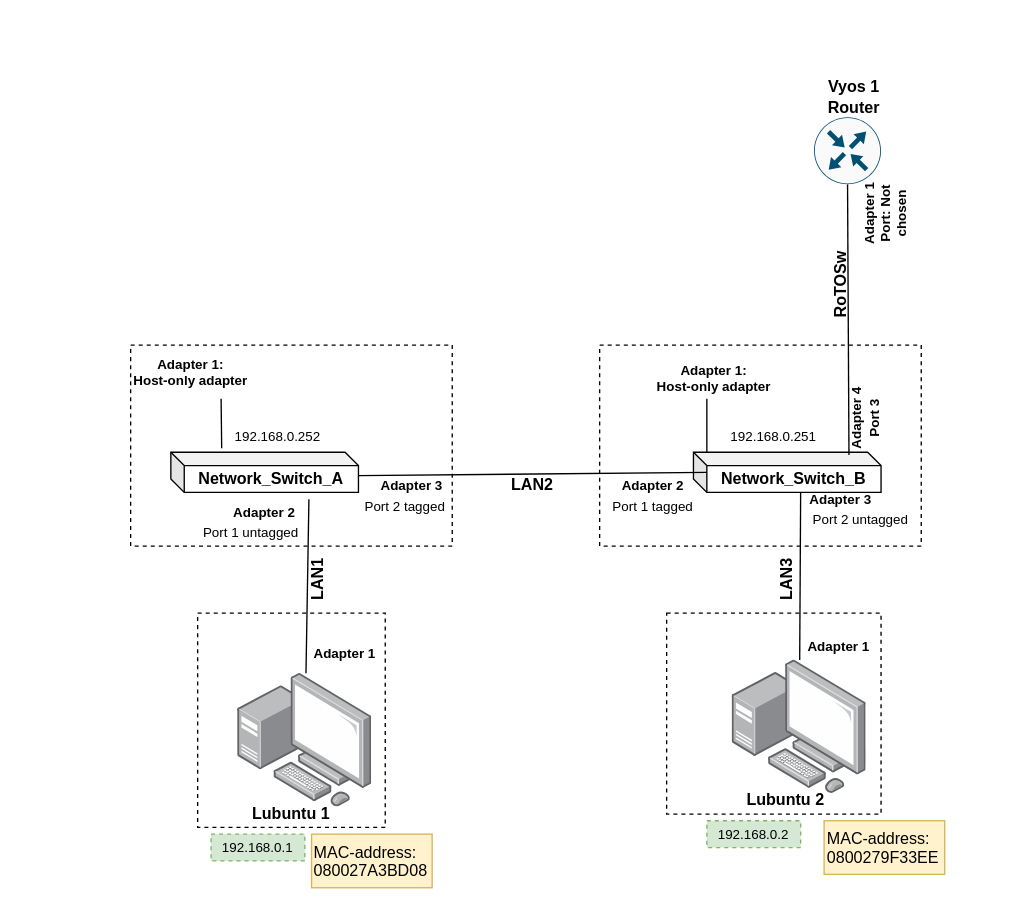
Kjersheim/DataNetworksIntro2023 keeps this draw.io diagram as page "Logical Topology" (2 of 3) of documentation/E04/E04NetworkChart_04.drawio. Above is the earlier version. Source tidied: cells renumbered, new cells numbered last; positions are measured from the earlier drawing's top-left corner, leaving out a move shared by most shapes. Both pictures are drawn from the tidied source at 134%, with x=0, y=0 at pixel (130, 76).
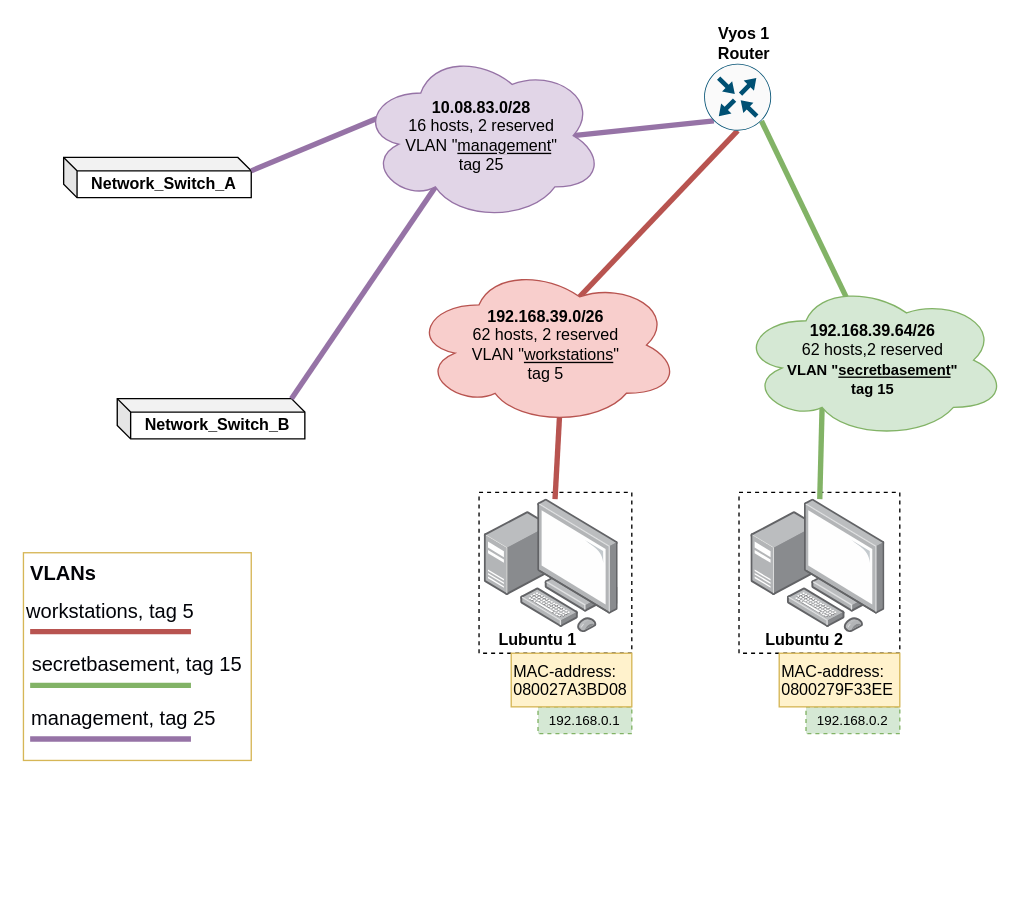
The same page after the edit.

The edit, as a diff of the source:
```diff
@@
+    <mxCell id="45" style="rounded=0;whiteSpace=wrap;html=1;labelBorderColor=none;fillStyle=auto;strokeColor=#d6b656;fontSize=15;fillColor=none;" parent="1" vertex="1">
+      <mxGeometry x="-80" y="355" width="170" height="155" as="geometry" />
+    </mxCell>
     <mxCell id="2" style="rounded=0;whiteSpace=wrap;html=1;textOpacity=0;fillColor=none;dashed=1;" parent="1" vertex="1">
-      <mxGeometry x="400" y="400" width="160" height="150" as="geometry" />
+      <mxGeometry x="454" y="310" width="120" height="120" as="geometry" />
     </mxCell>
     <mxCell id="3" style="rounded=0;whiteSpace=wrap;html=1;textOpacity=0;fillColor=none;dashed=1;" parent="1" vertex="1">
-      <mxGeometry x="50" y="400" width="140" height="160" as="geometry" />
+      <mxGeometry x="260" y="310" width="114" height="120" as="geometry" />
     </mxCell>
-    <mxCell id="4" style="rounded=0;whiteSpace=wrap;html=1;textOpacity=0;fillColor=none;dashed=1;" parent="1" vertex="1">
-      <mxGeometry x="350" y="200" width="240" height="150" as="geometry" />
-    </mxCell>
-    <mxCell id="5" style="rounded=0;whiteSpace=wrap;html=1;textOpacity=0;fillColor=none;dashed=1;" parent="1" vertex="1">
-      <mxGeometry y="200" width="240" height="150" as="geometry" />
-    </mxCell>
     <mxCell id="6" style="points=[];html=1;align=center;shadow=0;dashed=0;image;image=img/lib/allied_telesis/computer_and_terminals/Personal_Computer_with_Server.svg;" parent="1" vertex="1">
-      <mxGeometry x="80" y="445" width="100" height="100" as="geometry" />
+      <mxGeometry x="264" y="315" width="100" height="100" as="geometry" />
     </mxCell>
     <mxCell id="7" value="Lubuntu 1" style="text;strokeColor=none;align=center;fillColor=none;html=1;verticalAlign=middle;whiteSpace=wrap;rounded=0;fontStyle=1;" parent="1" vertex="1">
-      <mxGeometry x="90" y="535" width="60" height="30" as="geometry" />
+      <mxGeometry x="274" y="405" width="60" height="30" as="geometry" />
     </mxCell>
     <mxCell id="8" style="points=[];html=1;align=center;shadow=0;dashed=0;image;image=img/lib/allied_telesis/computer_and_terminals/Personal_Computer_with_Server.svg;" parent="1" vertex="1">
-      <mxGeometry x="449" y="435" width="100" height="100" as="geometry" />
+      <mxGeometry x="463" y="315" width="100" height="100" as="geometry" />
     </mxCell>
     <mxCell id="9" value="Lubuntu 2" style="text;strokeColor=none;align=center;fillColor=none;html=1;verticalAlign=middle;whiteSpace=wrap;rounded=0;fontStyle=1;" parent="1" vertex="1">
-      <mxGeometry x="459" y="525" width="60" height="30" as="geometry" />
+      <mxGeometry x="473" y="405" width="60" height="30" as="geometry" />
     </mxCell>
     <mxCell id="10" value="Network_Switch_A" style="shape=cube;whiteSpace=wrap;html=1;boundedLbl=1;backgroundOutline=1;darkOpacity=0.05;darkOpacity2=0.1;direction=east;size=10;fontStyle=1;" parent="1" vertex="1">
-      <mxGeometry x="30" y="280" width="140" height="30" as="geometry" />
+      <mxGeometry x="-50" y="60" width="140" height="30" as="geometry" />
     </mxCell>
     <mxCell id="11" value="Network_Switch_B" style="shape=cube;whiteSpace=wrap;html=1;boundedLbl=1;backgroundOutline=1;darkOpacity=0.05;darkOpacity2=0.1;direction=east;size=10;fontStyle=1;" parent="1" vertex="1">
-      <mxGeometry x="420" y="280" width="140" height="30" as="geometry" />
+      <mxGeometry x="-10" y="240" width="140" height="30" as="geometry" />
     </mxCell>
-    <mxCell id="12" style="endArrow=none;html=1;rounded=0;entryX=0.736;entryY=1.167;entryDx=0;entryDy=0;entryPerimeter=0;" parent="1" edge="1" source="6" target="10">
-      <mxGeometry x="-0.71" y="-66" relative="1" as="geometry" />
-    </mxCell>
-    <mxCell id="13" style="endArrow=none;html=1;rounded=0;" parent="1" edge="1" source="8">
-      <mxGeometry relative="1" as="geometry">
-        <mxPoint x="500" y="310" as="targetPoint" />
-      </mxGeometry>
-    </mxCell>
-    <mxCell id="14" style="endArrow=none;html=1;rounded=0;startArrow=none;exitX=0;exitY=0.25;exitDx=0;exitDy=0;" parent="1" edge="1" source="24">
-      <mxGeometry relative="1" as="geometry">
-        <mxPoint x="430" y="295" as="targetPoint" />
-      </mxGeometry>
-    </mxCell>
-    <mxCell id="15" value="&lt;font style=&quot;font-size: 10px;&quot;&gt;Adapter 2&lt;/font&gt;" style="text;strokeColor=none;align=center;fillColor=none;html=1;verticalAlign=middle;whiteSpace=wrap;rounded=0;rotation=0;fontStyle=1;" parent="1" vertex="1">
-      <mxGeometry x="60" y="310" width="80" height="30" as="geometry" />
-    </mxCell>
-    <mxCell id="16" value="Adapter 2" style="text;strokeColor=none;align=center;fillColor=none;html=1;verticalAlign=middle;whiteSpace=wrap;rounded=0;rotation=0;fontStyle=1;fontSize=10;" parent="1" vertex="1">
-      <mxGeometry x="350" y="290" width="80" height="30" as="geometry" />
-    </mxCell>
-    <mxCell id="17" value="Adapter 3" style="text;strokeColor=none;align=center;fillColor=none;html=1;verticalAlign=middle;whiteSpace=wrap;rounded=0;rotation=0;fontStyle=1;fontSize=10;" parent="1" vertex="1">
-      <mxGeometry x="489.5" y="300" width="80" height="30" as="geometry" />
-    </mxCell>
-    <mxCell id="18" value="Adapter 1" style="text;strokeColor=none;align=center;fillColor=none;html=1;verticalAlign=middle;whiteSpace=wrap;rounded=0;rotation=0;fontStyle=1;fontSize=10;" parent="1" vertex="1">
-      <mxGeometry x="120" y="415" width="80" height="30" as="geometry" />
-    </mxCell>
-    <mxCell id="19" value="&lt;font style=&quot;font-size: 10px;&quot;&gt;Adapter 1&amp;nbsp;&lt;/font&gt;" style="text;strokeColor=none;align=center;fillColor=none;html=1;verticalAlign=middle;whiteSpace=wrap;rounded=0;rotation=0;fontStyle=1;" parent="1" vertex="1">
-      <mxGeometry x="489.5" y="410" width="80" height="30" as="geometry" />
-    </mxCell>
-    <mxCell id="20" style="endArrow=none;html=1;rounded=0;entryX=0.271;entryY=-0.1;entryDx=0;entryDy=0;entryPerimeter=0;exitX=0.75;exitY=1;exitDx=0;exitDy=0;" parent="1" edge="1" source="21" target="10">
-      <mxGeometry relative="1" as="geometry" />
-    </mxCell>
-    <mxCell id="21" value="&lt;font style=&quot;font-size: 10px;&quot;&gt;Adapter 1:&lt;br style=&quot;font-size: 10px;&quot;&gt;Host-only adapter&lt;/font&gt;" style="text;strokeColor=none;align=center;fillColor=none;html=1;verticalAlign=middle;whiteSpace=wrap;rounded=0;dashed=1;fontStyle=1;fontSize=10;" parent="1" vertex="1">
-      <mxGeometry y="200" width="90" height="40" as="geometry" />
-    </mxCell>
-    <mxCell id="22" style="endArrow=none;html=1;rounded=0;" parent="1" edge="1">
-      <mxGeometry relative="1" as="geometry">
-        <mxPoint x="430" y="280" as="sourcePoint" />
-        <mxPoint x="430" y="240" as="targetPoint" />
-      </mxGeometry>
-    </mxCell>
-    <mxCell id="23" value="&lt;font style=&quot;font-size: 10px;&quot;&gt;Adapter 1:&lt;br style=&quot;font-size: 10px;&quot;&gt;Host-only adapter&lt;/font&gt;" style="text;strokeColor=none;align=center;fillColor=none;html=1;verticalAlign=middle;whiteSpace=wrap;rounded=0;dashed=1;fontSize=10;fontStyle=1;" parent="1" vertex="1">
-      <mxGeometry x="384.8" y="210" width="100.5" height="30" as="geometry" />
-    </mxCell>
-    <mxCell id="24" value="Adapter 3" style="text;strokeColor=none;align=center;fillColor=none;html=1;verticalAlign=middle;whiteSpace=wrap;rounded=0;rotation=0;fontStyle=1;fontSize=10;" parent="1" vertex="1">
-      <mxGeometry x="170" y="290" width="80" height="30" as="geometry" />
-    </mxCell>
-    <mxCell id="25" style="endArrow=none;html=1;rounded=0;" parent="1" edge="1" source="10" target="24">
-      <mxGeometry relative="1" as="geometry" />
+    <mxCell id="25" style="endArrow=none;html=1;rounded=0;" parent="1" edge="1" source="10">
+      <mxGeometry relative="1" as="geometry">
+        <mxPoint x="90" y="81.4" as="targetPoint" />
+      </mxGeometry>
     </mxCell>
-    <mxCell id="26" value="&lt;b&gt;&lt;font style=&quot;font-size: 12px;&quot;&gt;LAN2&lt;/font&gt;&lt;/b&gt;" style="text;strokeColor=none;align=center;fillColor=none;html=1;verticalAlign=middle;whiteSpace=wrap;rounded=0;dashed=1;fontSize=10;" parent="1" vertex="1">
-      <mxGeometry x="270" y="290" width="60" height="30" as="geometry" />
-    </mxCell>
-    <mxCell id="27" value="&lt;b&gt;&lt;font style=&quot;font-size: 12px;&quot;&gt;LAN1&lt;/font&gt;&lt;/b&gt;" style="text;strokeColor=none;align=center;fillColor=none;html=1;verticalAlign=middle;whiteSpace=wrap;rounded=0;dashed=1;fontSize=10;rotation=-90;" parent="1" vertex="1">
-      <mxGeometry x="110" y="360" width="60" height="30" as="geometry" />
-    </mxCell>
-    <mxCell id="28" value="&lt;b&gt;&lt;font style=&quot;font-size: 12px;&quot;&gt;LAN3&lt;/font&gt;&lt;/b&gt;" style="text;strokeColor=none;align=center;fillColor=none;html=1;verticalAlign=middle;whiteSpace=wrap;rounded=0;dashed=1;fontSize=10;rotation=-90;" parent="1" vertex="1">
-      <mxGeometry x="460" y="360" width="60" height="30" as="geometry" />
-    </mxCell>
     <mxCell id="29" value="192.168.0.1" style="text;strokeColor=#82b366;align=center;fillColor=#d5e8d4;html=1;verticalAlign=middle;whiteSpace=wrap;rounded=0;dashed=1;fontSize=10;" parent="1" vertex="1">
-      <mxGeometry x="60" y="565" width="70" height="20" as="geometry" />
+      <mxGeometry x="304" y="470" width="70" height="20" as="geometry" />
     </mxCell>
     <mxCell id="30" value="192.168.0.2" style="text;strokeColor=#82b366;align=center;fillColor=#d5e8d4;html=1;verticalAlign=middle;whiteSpace=wrap;rounded=0;dashed=1;fontSize=10;" parent="1" vertex="1">
-      <mxGeometry x="430" y="555" width="70" height="20" as="geometry" />
+      <mxGeometry x="504" y="470" width="70" height="20" as="geometry" />
     </mxCell>
-    <mxCell id="31" value="Port 1 tagged" style="text;strokeColor=none;align=center;fillColor=none;html=1;verticalAlign=middle;whiteSpace=wrap;rounded=0;dashed=1;fontSize=10;" parent="1" vertex="1">
-      <mxGeometry x="345" y="310" width="90" height="20" as="geometry" />
-    </mxCell>
-    <mxCell id="32" value="Port 2 untagged" style="text;strokeColor=none;align=center;fillColor=none;html=1;verticalAlign=middle;whiteSpace=wrap;rounded=0;dashed=1;fontSize=10;" parent="1" vertex="1">
-      <mxGeometry x="500" y="320" width="90" height="20" as="geometry" />
-    </mxCell>
-    <mxCell id="33" value="Port 1 untagged" style="text;strokeColor=none;align=center;fillColor=none;html=1;verticalAlign=middle;whiteSpace=wrap;rounded=0;dashed=1;fontSize=10;" parent="1" vertex="1">
-      <mxGeometry x="45" y="330" width="90" height="20" as="geometry" />
-    </mxCell>
-    <mxCell id="34" value="Port 2 tagged" style="text;strokeColor=none;align=center;fillColor=none;html=1;verticalAlign=middle;whiteSpace=wrap;rounded=0;dashed=1;fontSize=10;" parent="1" vertex="1">
-      <mxGeometry x="160" y="310" width="90" height="20" as="geometry" />
-    </mxCell>
-    <mxCell id="35" value="192.168.0.252" style="text;strokeColor=none;align=center;fillColor=none;html=1;verticalAlign=middle;whiteSpace=wrap;rounded=0;dashed=1;fontSize=10;" parent="1" vertex="1">
-      <mxGeometry x="65" y="260" width="90" height="15" as="geometry" />
-    </mxCell>
-    <mxCell id="36" value="192.168.0.251" style="text;strokeColor=none;align=center;fillColor=none;html=1;verticalAlign=middle;whiteSpace=wrap;rounded=0;dashed=1;fontSize=10;" parent="1" vertex="1">
-      <mxGeometry x="435" y="260" width="90" height="15" as="geometry" />
-    </mxCell>
-    <mxCell id="37" style="rounded=0;jettySize=auto;html=1;exitX=0.5;exitY=1;exitDx=0;exitDy=0;exitPerimeter=0;entryX=0.829;entryY=0.067;entryDx=0;entryDy=0;entryPerimeter=0;endArrow=none;endFill=0;" parent="1" edge="1" source="38" target="11">
+    <mxCell id="37" style="rounded=0;jettySize=auto;html=1;exitX=0.145;exitY=0.855;exitDx=0;exitDy=0;exitPerimeter=0;entryX=0.875;entryY=0.5;entryDx=0;entryDy=0;entryPerimeter=0;endArrow=none;endFill=0;fillColor=#e1d5e7;strokeColor=#9673a6;strokeWidth=4;" parent="1" edge="1" source="38" target="50">
       <mxGeometry relative="1" as="geometry" />
     </mxCell>
+    <mxCell id="46" style="edgeStyle=none;rounded=0;jettySize=auto;html=1;exitX=0.5;exitY=1;exitDx=0;exitDy=0;exitPerimeter=0;entryX=0.625;entryY=0.2;entryDx=0;entryDy=0;entryPerimeter=0;endArrow=none;endFill=0;fillColor=#f8cecc;strokeColor=#b85450;strokeWidth=4;" parent="1" edge="1" source="38" target="52">
+      <mxGeometry relative="1" as="geometry" />
+    </mxCell>
+    <mxCell id="47" style="edgeStyle=none;rounded=0;jettySize=auto;html=1;exitX=0.855;exitY=0.8555;exitDx=0;exitDy=0;exitPerimeter=0;entryX=0.4;entryY=0.1;entryDx=0;entryDy=0;entryPerimeter=0;endArrow=none;endFill=0;fillColor=#d5e8d4;strokeColor=#82b366;strokeWidth=4;" parent="1" edge="1" source="38" target="54">
+      <mxGeometry relative="1" as="geometry" />
+    </mxCell>
     <mxCell id="38" style="sketch=0;points=[[0.5,0,0],[1,0.5,0],[0.5,1,0],[0,0.5,0],[0.145,0.145,0],[0.8555,0.145,0],[0.855,0.8555,0],[0.145,0.855,0]];verticalLabelPosition=bottom;html=1;verticalAlign=top;align=center;shape=mxgraph.cisco19.rect;prIcon=router;fillColor=#FAFAFA;strokeColor=#005073;" parent="1" vertex="1">
-      <mxGeometry x="510" y="30" width="50" height="50" as="geometry" />
+      <mxGeometry x="428" y="-10" width="50" height="50" as="geometry" />
     </mxCell>
     <mxCell id="39" value="Vyos 1&lt;br&gt;Router" style="text;strokeColor=none;align=center;fillColor=none;html=1;verticalAlign=middle;whiteSpace=wrap;rounded=0;fontStyle=1;" parent="1" vertex="1">
-      <mxGeometry x="509.5" width="60" height="30" as="geometry" />
+      <mxGeometry x="428" y="-40" width="60" height="30" as="geometry" />
     </mxCell>
-    <mxCell id="40" value="&lt;b&gt;&lt;font style=&quot;font-size: 12px;&quot;&gt;RoTOSw&lt;/font&gt;&lt;/b&gt;" style="text;strokeColor=none;align=center;fillColor=none;html=1;verticalAlign=middle;whiteSpace=wrap;rounded=0;dashed=1;fontSize=10;rotation=-90;" parent="1" vertex="1">
-      <mxGeometry x="500" y="140" width="60" height="30" as="geometry" />
-    </mxCell>
-    <mxCell id="41" value="Adapter 1&lt;br&gt;Port: Not chosen" style="text;strokeColor=none;align=center;fillColor=none;html=1;verticalAlign=middle;whiteSpace=wrap;rounded=0;rotation=-90;fontStyle=1;fontSize=10;" parent="1" vertex="1">
-      <mxGeometry x="532.5" y="82.5" width="60" height="40" as="geometry" />
-    </mxCell>
-    <mxCell id="42" value="&lt;font style=&quot;font-size: 10px;&quot;&gt;Adapter 4&lt;br&gt;Port 3&lt;br&gt;&lt;br&gt;&lt;/font&gt;" style="text;strokeColor=none;align=center;fillColor=none;html=1;verticalAlign=middle;whiteSpace=wrap;rounded=0;rotation=-90;fontStyle=1;" parent="1" vertex="1">
-      <mxGeometry x="524" y="245" width="62.5" height="20" as="geometry" />
-    </mxCell>
     <mxCell id="43" value="MAC-address:&lt;br&gt;080027A3BD08" style="text;strokeColor=#d6b656;align=left;fillColor=#fff2cc;html=1;verticalAlign=top;rounded=0;whiteSpace=wrap;labelBorderColor=none;fillStyle=auto;" parent="1" vertex="1">
-      <mxGeometry x="135" y="565" width="90" height="40" as="geometry" />
+      <mxGeometry x="284" y="430" width="90" height="40" as="geometry" />
     </mxCell>
     <mxCell id="44" value="MAC-address:&lt;br&gt;0800279F33EE" style="text;strokeColor=#d6b656;align=left;fillColor=#fff2cc;html=1;verticalAlign=top;rounded=0;whiteSpace=wrap;labelBorderColor=none;fillStyle=auto;" parent="1" vertex="1">
-      <mxGeometry x="517.5" y="555" width="90" height="40" as="geometry" />
+      <mxGeometry x="484" y="430" width="90" height="40" as="geometry" />
     </mxCell>
+    <mxCell id="48" style="edgeStyle=none;rounded=0;jettySize=auto;html=1;exitX=0.07;exitY=0.4;exitDx=0;exitDy=0;exitPerimeter=0;entryX=0;entryY=0;entryDx=0;entryDy=0;endArrow=none;endFill=0;strokeWidth=4;fillColor=#e1d5e7;strokeColor=#9673a6;" parent="1" edge="1" source="50">
+      <mxGeometry relative="1" as="geometry">
+        <mxPoint x="90" y="70" as="targetPoint" />
+      </mxGeometry>
+    </mxCell>
+    <mxCell id="49" style="edgeStyle=none;rounded=0;jettySize=auto;html=1;exitX=0.31;exitY=0.8;exitDx=0;exitDy=0;exitPerimeter=0;entryX=0;entryY=0;entryDx=130;entryDy=0;entryPerimeter=0;endArrow=none;endFill=0;fillColor=#e1d5e7;strokeColor=#9673a6;strokeWidth=4;" parent="1" edge="1" source="50" target="11">
+      <mxGeometry relative="1" as="geometry" />
+    </mxCell>
+    <mxCell id="50" value="&lt;b&gt;10.08.83.0/28&lt;br&gt;&lt;/b&gt;16 hosts, 2 reserved&lt;br&gt;VLAN &quot;&lt;u&gt;management&lt;/u&gt;&quot;&lt;br&gt;tag 25" style="ellipse;shape=cloud;whiteSpace=wrap;html=1;labelBorderColor=none;fillStyle=auto;strokeColor=#9673a6;fillColor=#e1d5e7;fontStyle=0;" parent="1" vertex="1">
+      <mxGeometry x="171" y="-20" width="182" height="127.5" as="geometry" />
+    </mxCell>
+    <mxCell id="51" style="edgeStyle=none;rounded=0;jettySize=auto;html=1;exitX=0.55;exitY=0.95;exitDx=0;exitDy=0;exitPerimeter=0;endArrow=none;endFill=0;strokeWidth=4;strokeColor=#b85450;fillColor=#f8cecc;" parent="1" edge="1" source="52" target="6">
+      <mxGeometry relative="1" as="geometry" />
+    </mxCell>
+    <mxCell id="52" value="&lt;b&gt;192.168.39.0/26&lt;br style=&quot;border-color: var(--border-color);&quot;&gt;&lt;/b&gt;&lt;span style=&quot;border-color: var(--border-color);&quot;&gt;62 hosts, 2 reserved&lt;/span&gt;&lt;br style=&quot;border-color: var(--border-color); font-weight: 700;&quot;&gt;&lt;span style=&quot;border-color: var(--border-color);&quot;&gt;VLAN &quot;&lt;u style=&quot;border-color: var(--border-color);&quot;&gt;workstations&lt;/u&gt;&quot;&lt;br style=&quot;border-color: var(--border-color);&quot;&gt;tag 5&lt;/span&gt;&lt;span style=&quot;font-size: 11px; font-weight: 700;&quot;&gt;&lt;br&gt;&lt;/span&gt;" style="ellipse;shape=cloud;whiteSpace=wrap;html=1;labelBorderColor=none;fillStyle=auto;strokeColor=#b85450;fillColor=#f8cecc;" parent="1" vertex="1">
+      <mxGeometry x="210" y="140" width="200" height="120" as="geometry" />
+    </mxCell>
+    <mxCell id="53" style="edgeStyle=none;rounded=0;jettySize=auto;html=1;exitX=0.31;exitY=0.8;exitDx=0;exitDy=0;exitPerimeter=0;endArrow=none;endFill=0;strokeWidth=4;strokeColor=#82b366;fillColor=#d5e8d4;" parent="1" edge="1" source="54" target="8">
+      <mxGeometry relative="1" as="geometry" />
+    </mxCell>
+    <mxCell id="54" value="&lt;font style=&quot;font-size: 12px;&quot;&gt;&lt;b style=&quot;border-color: var(--border-color);&quot;&gt;192.168.39.64/26&lt;br style=&quot;border-color: var(--border-color); font-size: 11px;&quot;&gt;&lt;/b&gt;&lt;span style=&quot;font-weight: normal;&quot;&gt;62 hosts,2 reserved&lt;br style=&quot;border-color: var(--border-color); font-size: 11px;&quot;&gt;&lt;/span&gt;&lt;span style=&quot;border-color: var(--border-color); font-size: 11px;&quot;&gt;VLAN &quot;&lt;u style=&quot;border-color: var(--border-color);&quot;&gt;secretbasement&lt;/u&gt;&quot;&lt;br style=&quot;border-color: var(--border-color);&quot;&gt;tag 15&lt;/span&gt;&lt;span style=&quot;font-weight: normal;&quot;&gt;&lt;br&gt;&lt;/span&gt;&lt;/font&gt;" style="ellipse;shape=cloud;whiteSpace=wrap;html=1;labelBorderColor=none;fillStyle=auto;strokeColor=#82b366;fillColor=#d5e8d4;fontStyle=1;" parent="1" vertex="1">
+      <mxGeometry x="454" y="152.5" width="200" height="117.5" as="geometry" />
+    </mxCell>
+    <mxCell id="55" style="edgeStyle=none;rounded=0;orthogonalLoop=1;jettySize=auto;html=1;endArrow=none;endFill=0;strokeWidth=4;strokeColor=#b85450;fillColor=#f8cecc;" parent="1" edge="1">
+      <mxGeometry relative="1" as="geometry">
+        <mxPoint x="45" y="413.9" as="sourcePoint" />
+        <mxPoint x="-75" y="413.9" as="targetPoint" />
+      </mxGeometry>
+    </mxCell>
+    <mxCell id="56" value="&lt;font color=&quot;#020308&quot; style=&quot;font-size: 15px;&quot;&gt;VLANs&lt;/font&gt;" style="text;strokeColor=none;align=center;fillColor=none;html=1;verticalAlign=middle;whiteSpace=wrap;rounded=0;fontSize=15;fontColor=#3355FF;fontStyle=1;" parent="1" vertex="1">
+      <mxGeometry x="-80" y="355" width="60" height="30" as="geometry" />
+    </mxCell>
+    <mxCell id="57" value="workstations, tag 5" style="text;strokeColor=none;align=center;fillColor=none;html=1;verticalAlign=middle;whiteSpace=wrap;rounded=0;fontSize=15;fontColor=#020308;" parent="1" vertex="1">
+      <mxGeometry x="-80" y="390" width="130" height="15" as="geometry" />
+    </mxCell>
+    <mxCell id="58" style="edgeStyle=none;rounded=0;orthogonalLoop=1;jettySize=auto;html=1;endArrow=none;endFill=0;strokeWidth=4;strokeColor=#82b366;fillColor=#d5e8d4;" parent="1" edge="1">
+      <mxGeometry relative="1" as="geometry">
+        <mxPoint x="45" y="454" as="sourcePoint" />
+        <mxPoint x="-75" y="454" as="targetPoint" />
+      </mxGeometry>
+    </mxCell>
+    <mxCell id="59" value="secretbasement, tag 15" style="text;strokeColor=none;align=center;fillColor=none;html=1;verticalAlign=middle;whiteSpace=wrap;rounded=0;fontSize=15;fontColor=#020308;" parent="1" vertex="1">
+      <mxGeometry x="-80" y="430" width="170" height="15" as="geometry" />
+    </mxCell>
+    <mxCell id="60" style="edgeStyle=none;rounded=0;orthogonalLoop=1;jettySize=auto;html=1;endArrow=none;endFill=0;strokeWidth=4;strokeColor=#9673a6;fillColor=#e1d5e7;" parent="1" edge="1">
+      <mxGeometry relative="1" as="geometry">
+        <mxPoint x="45" y="494" as="sourcePoint" />
+        <mxPoint x="-75" y="494" as="targetPoint" />
+      </mxGeometry>
+    </mxCell>
+    <mxCell id="61" value="management, tag 25" style="text;strokeColor=none;align=center;fillColor=none;html=1;verticalAlign=middle;whiteSpace=wrap;rounded=0;fontSize=15;fontColor=#020308;" parent="1" vertex="1">
+      <mxGeometry x="-80" y="470" width="150" height="15" as="geometry" />
+    </mxCell>
```
